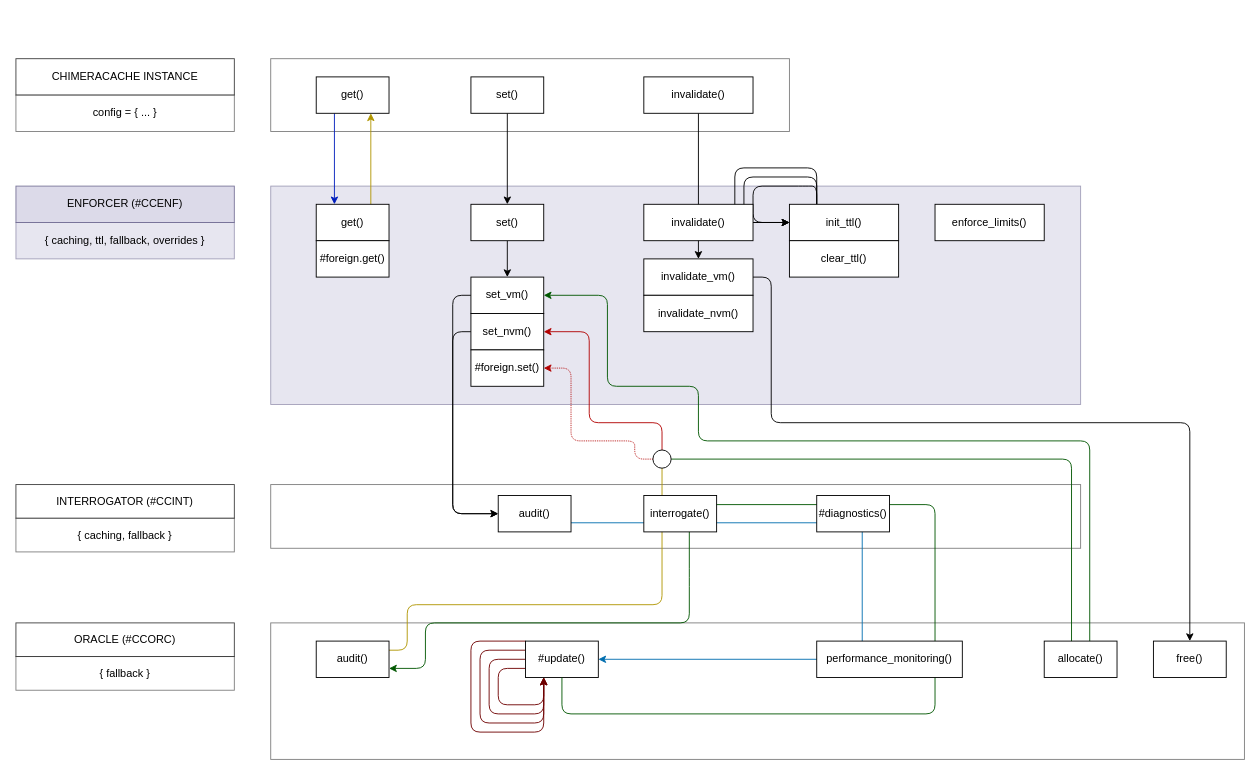
Earlier version of the draw.io diagram overview.drawio (sandrockjustin/ChimeraCache). Source tidied: cells renumbered, new cells numbered last; positions are measured from the earlier drawing's top-left corner, leaving out a move shared by most shapes. Both pictures are drawn from the tidied source at 91%, with x=0, y=0 at pixel (15, 58).
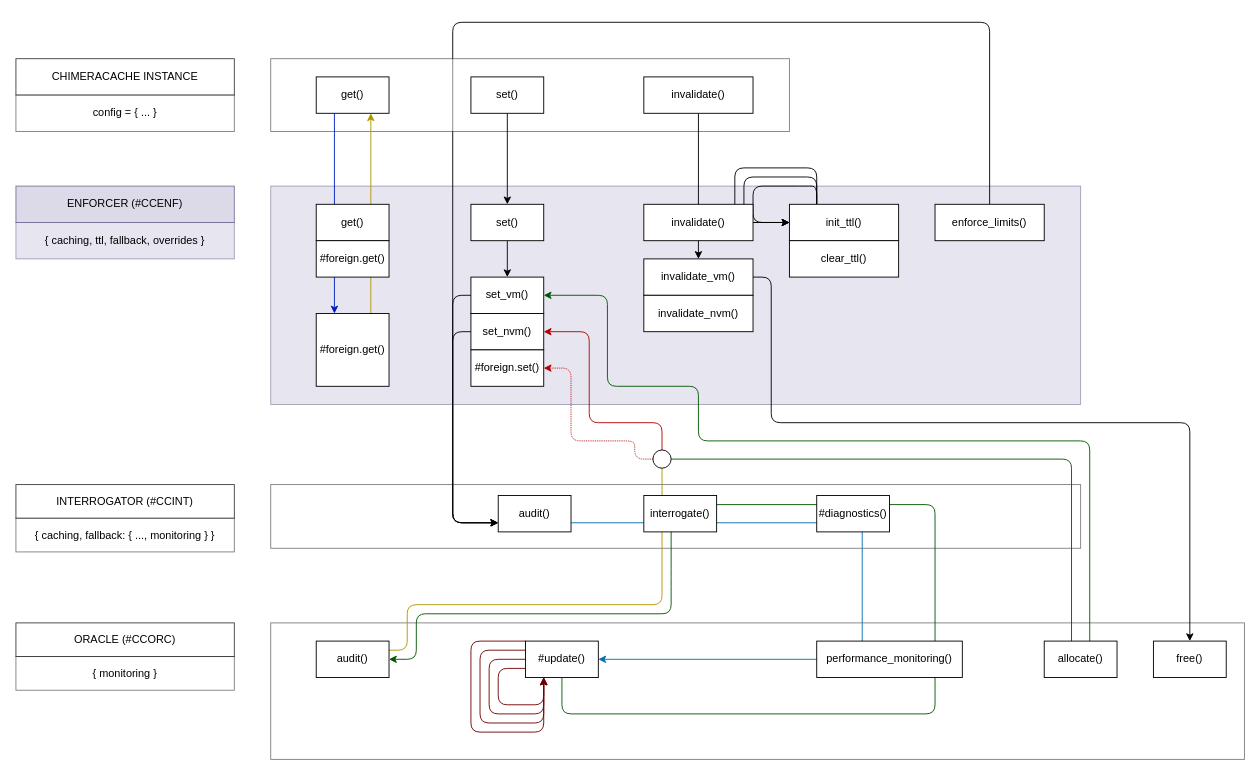
The same diagram, later.

Commit message:
FIX / updated overview diagram for ChimeraCache architecture

The change refers to these unchanged cells:
```xml
<mxCell id="8" value="get()" style="whiteSpace=wrap;html=1;rotation=0;" parent="1" vertex="1">
  <mxGeometry x="330" y="20" width="80" height="40" as="geometry" />
</mxCell>
<mxCell id="12" value="get()" style="whiteSpace=wrap;html=1;rotation=0;" parent="1" vertex="1">
  <mxGeometry x="330" y="160" width="80" height="40" as="geometry" />
</mxCell>
<mxCell id="14" value="set_vm()" style="whiteSpace=wrap;html=1;rotation=0;" parent="1" vertex="1">
  <mxGeometry x="500" y="240" width="80" height="40" as="geometry" />
</mxCell>
<mxCell id="16" value="set_nvm()" style="whiteSpace=wrap;html=1;rotation=0;" parent="1" vertex="1">
  <mxGeometry x="500" y="280" width="80" height="40" as="geometry" />
</mxCell>
<mxCell id="30" value="enforce_limits()" style="whiteSpace=wrap;html=1;" parent="1" vertex="1">
  <mxGeometry x="1010" y="160" width="120" height="40" as="geometry" />
</mxCell>
<mxCell id="37" value="#update()" style="whiteSpace=wrap;html=1;rotation=0;" parent="1" vertex="1">
  <mxGeometry x="560" y="640" width="80" height="40" as="geometry" />
</mxCell>
<mxCell id="39" value="audit()" style="whiteSpace=wrap;html=1;rotation=0;" parent="1" vertex="1">
  <mxGeometry x="530" y="480" width="80" height="40" as="geometry" />
</mxCell>
<mxCell id="44" value="audit()" style="whiteSpace=wrap;html=1;rotation=0;" parent="1" vertex="1">
  <mxGeometry x="330" y="640" width="80" height="40" as="geometry" />
</mxCell>
```

Change to the diagram source:
```diff
@@
+    <mxCell id="4" style="whiteSpace=wrap;html=1;opacity=50;fillColor=light-dark(#FFFFFF,#003333);" parent="1" vertex="1">
+      <mxGeometry x="280" y="468" width="890" height="70" as="geometry" />
+    </mxCell>
+    <mxCell id="3" style="whiteSpace=wrap;html=1;fillColor=light-dark(#D0CEE2,#330033);strokeColor=#56517e;opacity=50;" parent="1" vertex="1">
+      <mxGeometry x="280" y="140" width="890" height="240" as="geometry" />
+    </mxCell>
+    <mxCell id="59" style="edgeStyle=none;html=1;exitX=0.5;exitY=0;exitDx=0;exitDy=0;entryX=0;entryY=0.75;entryDx=0;entryDy=0;strokeColor=light-dark(#000000,#001DBC);" parent="1" edge="1" source="30" target="39">
+      <mxGeometry relative="1" as="geometry">
+        <Array as="points">
+          <mxPoint x="1070" y="-40" />
+          <mxPoint x="480" y="-40" />
+          <mxPoint x="480" y="510" />
+        </Array>
+      </mxGeometry>
+    </mxCell>
@@
-    <mxCell id="3" style="whiteSpace=wrap;html=1;fillColor=light-dark(#D0CEE2,#330033);strokeColor=#56517e;opacity=50;" parent="1" vertex="1">
-      <mxGeometry x="280" y="140" width="890" height="240" as="geometry" />
-    </mxCell>
-    <mxCell id="4" style="whiteSpace=wrap;html=1;opacity=50;fillColor=light-dark(#FFFFFF,#003333);" parent="1" vertex="1">
-      <mxGeometry x="280" y="468" width="890" height="70" as="geometry" />
-    </mxCell>
@@
-    <mxCell id="7" style="edgeStyle=none;html=1;exitX=0.25;exitY=1;exitDx=0;exitDy=0;entryX=0.25;entryY=0;entryDx=0;entryDy=0;fillColor=#0050ef;strokeColor=light-dark(#001DBC,#3333FF);" parent="1" edge="1" source="8" target="12">
+    <mxCell id="7" style="edgeStyle=none;html=1;exitX=0.25;exitY=1;exitDx=0;exitDy=0;entryX=0.25;entryY=0;entryDx=0;entryDy=0;fillColor=#0050ef;strokeColor=light-dark(#001DBC,#3333FF);" parent="1" edge="1" source="8" target="60">
       <mxGeometry relative="1" as="geometry" />
     </mxCell>
@@
-    <mxCell id="11" style="edgeStyle=none;html=1;exitX=0.75;exitY=0;exitDx=0;exitDy=0;entryX=0.75;entryY=1;entryDx=0;entryDy=0;fillColor=#e3c800;strokeColor=light-dark(#B09500,#FFFF33);" parent="1" edge="1" source="12" target="8">
+    <mxCell id="11" style="edgeStyle=none;html=1;exitX=0.75;exitY=0;exitDx=0;exitDy=0;entryX=0.75;entryY=1;entryDx=0;entryDy=0;fillColor=#e3c800;strokeColor=light-dark(#B09500,#FFFF33);" parent="1" edge="1" source="60" target="8">
       <mxGeometry relative="1" as="geometry" />
     </mxCell>
@@
-    <mxCell id="13" style="edgeStyle=none;html=1;exitX=0;exitY=0.5;exitDx=0;exitDy=0;entryX=0;entryY=0.5;entryDx=0;entryDy=0;strokeColor=light-dark(#000000,#3333FF);" parent="1" edge="1" source="14" target="39">
+    <mxCell id="13" style="edgeStyle=none;html=1;exitX=0;exitY=0.5;exitDx=0;exitDy=0;entryX=0;entryY=0.75;entryDx=0;entryDy=0;strokeColor=light-dark(#000000,#3333FF);" parent="1" edge="1" source="14" target="39">
       <mxGeometry relative="1" as="geometry">
         <Array as="points">
           <mxPoint x="480" y="260" />
-          <mxPoint x="480" y="500" />
+          <mxPoint x="480" y="510" />
         </Array>
       </mxGeometry>
     </mxCell>
@@
-    <mxCell id="15" style="edgeStyle=none;html=1;exitX=0;exitY=0.5;exitDx=0;exitDy=0;entryX=0;entryY=0.5;entryDx=0;entryDy=0;strokeColor=light-dark(#000000,#3333FF);" parent="1" edge="1" source="16" target="39">
+    <mxCell id="15" style="edgeStyle=none;html=1;exitX=0;exitY=0.5;exitDx=0;exitDy=0;entryX=0;entryY=0.75;entryDx=0;entryDy=0;strokeColor=light-dark(#000000,#3333FF);" parent="1" edge="1" source="16" target="39">
       <mxGeometry relative="1" as="geometry">
         <Array as="points">
           <mxPoint x="480" y="300" />
-          <mxPoint x="480" y="500" />
+          <mxPoint x="480" y="510" />
         </Array>
       </mxGeometry>
     </mxCell>
@@
     <mxCell id="38" style="edgeStyle=none;html=1;exitX=1;exitY=0.75;exitDx=0;exitDy=0;entryX=1;entryY=0.5;entryDx=0;entryDy=0;fillColor=#1ba1e2;strokeColor=light-dark(#006EAF,#3333FF);" parent="1" edge="1" source="39" target="37">
       <mxGeometry relative="1" as="geometry">
         <Array as="points">
+          <mxPoint x="780" y="510" />
           <mxPoint x="930" y="510" />
           <mxPoint x="930" y="660" />
         </Array>
       </mxGeometry>
     </mxCell>
@@
-    <mxCell id="40" style="edgeStyle=none;html=1;exitX=0.5;exitY=1;exitDx=0;exitDy=0;fillColor=#008a00;strokeColor=light-dark(#005700,#00FF00);" parent="1" edge="1" source="37">
+    <mxCell id="40" style="edgeStyle=none;html=1;exitX=0.5;exitY=1;exitDx=0;exitDy=0;fillColor=#008a00;strokeColor=light-dark(#005700,#00FF00);entryX=1;entryY=0.5;entryDx=0;entryDy=0;" parent="1" edge="1" source="37" target="44">
       <mxGeometry relative="1" as="geometry">
-        <mxPoint x="410" y="670" as="targetPoint" />
         <Array as="points">
           <mxPoint x="600" y="720" />
           <mxPoint x="1010" y="720" />
           <mxPoint x="1010" y="490" />
-          <mxPoint x="740" y="490" />
-          <mxPoint x="740" y="570" />
-          <mxPoint x="740" y="620" />
-          <mxPoint x="450" y="620" />
-          <mxPoint x="450" y="670" />
+          <mxPoint x="720" y="490" />
+          <mxPoint x="720" y="570" />
+          <mxPoint x="720" y="610" />
+          <mxPoint x="440" y="610" />
+          <mxPoint x="440" y="660" />
         </Array>
       </mxGeometry>
     </mxCell>
@@
-    <mxCell id="57" value="{ caching, fallback }" style="whiteSpace=wrap;html=1;opacity=50;fillColor=light-dark(#FFFFFF,#003333);" parent="1" vertex="1">
+    <mxCell id="57" value="{ caching, fallback: { ..., monitoring } }" style="whiteSpace=wrap;html=1;opacity=50;fillColor=light-dark(#FFFFFF,#003333);" parent="1" vertex="1">
       <mxGeometry y="505" width="240" height="37" as="geometry" />
     </mxCell>
-    <mxCell id="58" value="{ fallback }" style="whiteSpace=wrap;html=1;opacity=50;fillColor=light-dark(#FFFFFF,#33001A);" parent="1" vertex="1">
+    <mxCell id="58" value="{ monitoring }" style="whiteSpace=wrap;html=1;opacity=50;fillColor=light-dark(#FFFFFF,#33001A);" parent="1" vertex="1">
       <mxGeometry y="657" width="240" height="37" as="geometry" />
     </mxCell>
+    <mxCell id="60" value="#foreign.get()" style="whiteSpace=wrap;html=1;rotation=0;" parent="1" vertex="1">
+      <mxGeometry x="330" y="280" width="80" height="80" as="geometry" />
+    </mxCell>
```
